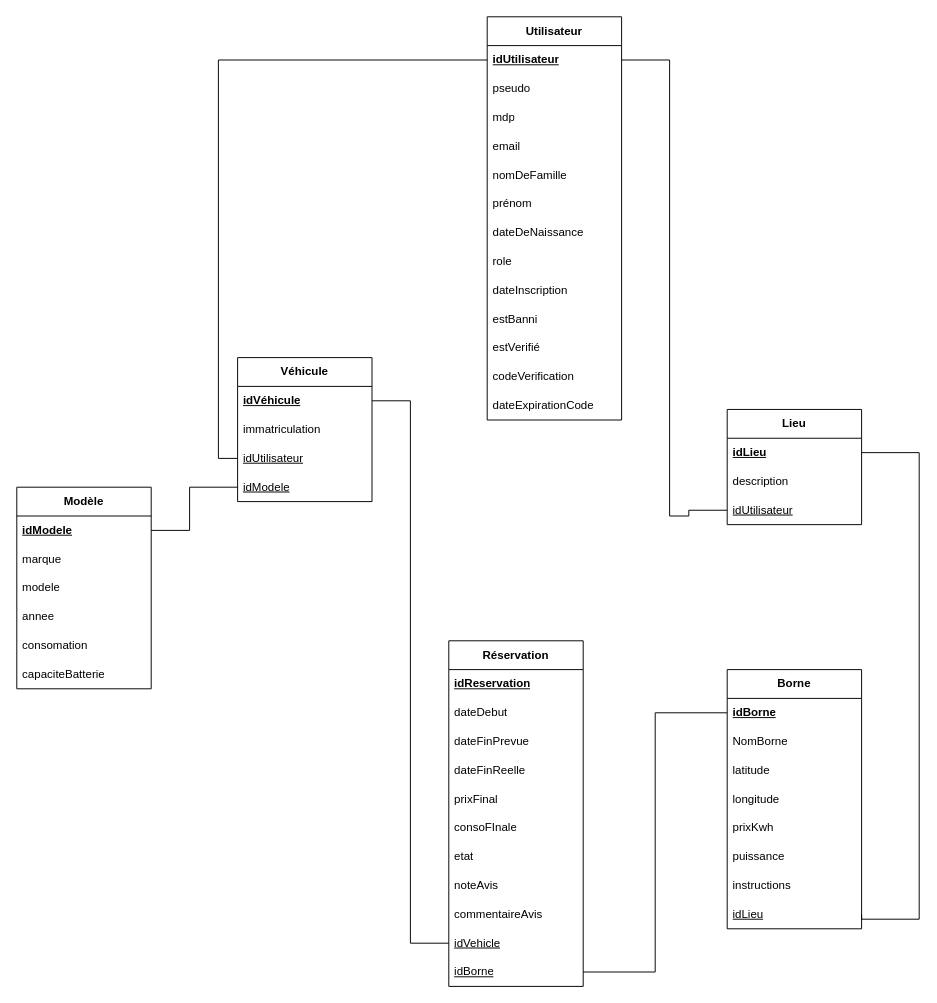
LaiPe/electricity-business-back keeps this draw.io diagram as page "mld" (2 of 3) of merise-electricity-business.drawio. Above is the earlier version. Source tidied: cells renumbered, new cells numbered last; positions are measured from the earlier drawing's top-left corner, leaving out a move shared by most shapes. Both pictures are drawn from the tidied source at 96%, with x=0, y=0 at pixel (16, 16).
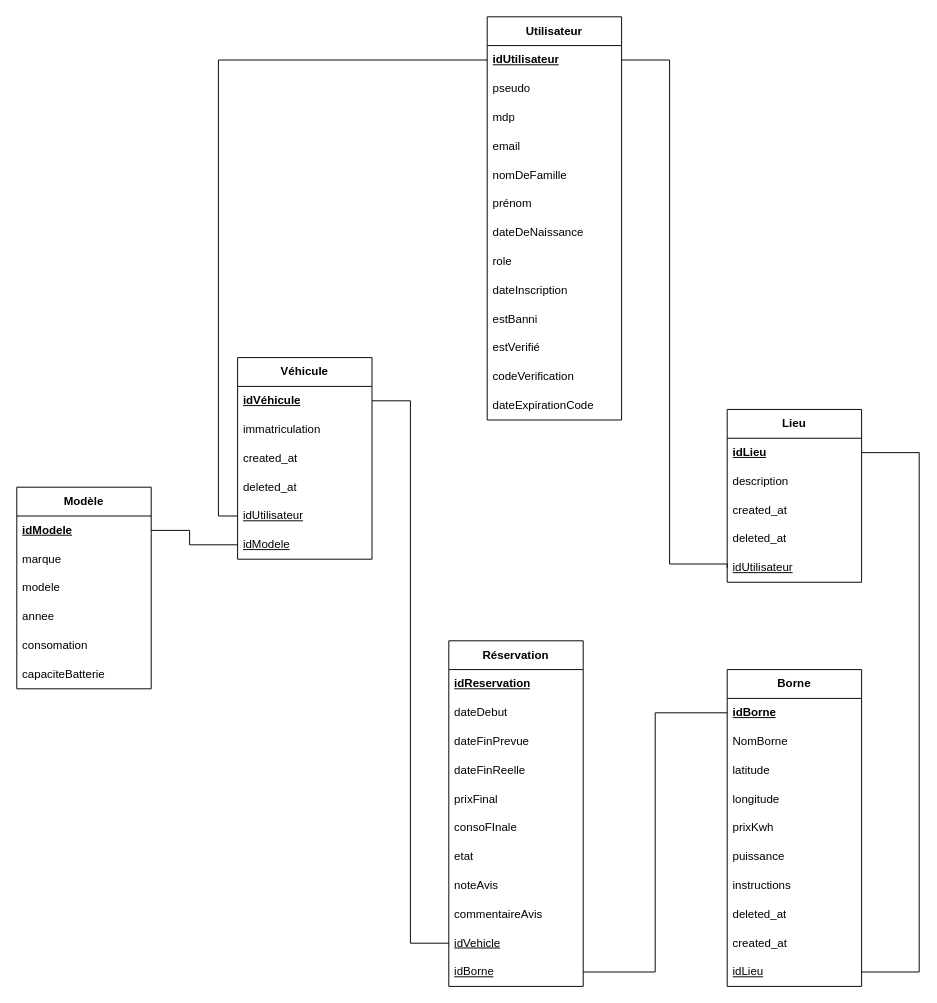
The same page after the edit.

The change refers to these unchanged cells:
```xml
<mxCell id="3" value="&lt;b&gt;&lt;u&gt;idUtilisateur&lt;/u&gt;&lt;/b&gt;" style="text;strokeColor=none;fillColor=none;align=left;verticalAlign=middle;spacingLeft=4;spacingRight=4;overflow=hidden;points=[[0,0.5],[1,0.5]];portConstraint=eastwest;whiteSpace=wrap;html=1;" parent="2" vertex="1">
  <mxGeometry y="30" width="140" height="30" as="geometry" />
</mxCell>
<mxCell id="26" value="&lt;b&gt;&lt;u&gt;idLieu&lt;/u&gt;&lt;/b&gt;" style="text;strokeColor=none;fillColor=none;align=left;verticalAlign=middle;spacingLeft=4;spacingRight=4;overflow=hidden;points=[[0,0.5],[1,0.5]];portConstraint=eastwest;whiteSpace=wrap;html=1;" parent="25" vertex="1">
  <mxGeometry y="30" width="140" height="30" as="geometry" />
</mxCell>
<mxCell id="37" value="&lt;div&gt;&lt;span style=&quot;background-color: transparent; color: light-dark(rgb(0, 0, 0), rgb(255, 255, 255));&quot;&gt;&lt;b&gt;&lt;u&gt;idModele&lt;/u&gt;&lt;/b&gt;&lt;/span&gt;&lt;/div&gt;" style="text;strokeColor=none;fillColor=none;align=left;verticalAlign=middle;spacingLeft=4;spacingRight=4;overflow=hidden;points=[[0,0.5],[1,0.5]];portConstraint=eastwest;whiteSpace=wrap;html=1;" parent="36" vertex="1">
  <mxGeometry y="30" width="140" height="30" as="geometry" />
</mxCell>
```

What changed in the source:
```diff
@@
     <mxCell id="16" value="&lt;b&gt;Borne&lt;/b&gt;" style="swimlane;fontStyle=0;horizontal=1;startSize=30;whiteSpace=wrap;html=1;" parent="1" vertex="1">
-      <mxGeometry x="740" y="680" width="140" height="270" as="geometry" />
+      <mxGeometry x="740" y="680" width="140" height="330" as="geometry" />
     </mxCell>
@@
+    <mxCell id="59" value="deleted_at" style="text;strokeColor=none;fillColor=none;align=left;verticalAlign=middle;spacingLeft=4;spacingRight=4;overflow=hidden;whiteSpace=wrap;html=1;" parent="16" vertex="1">
+      <mxGeometry y="240" width="140" height="30" as="geometry" />
+    </mxCell>
+    <mxCell id="60" value="created_at" style="text;strokeColor=none;fillColor=none;align=left;verticalAlign=middle;spacingLeft=4;spacingRight=4;overflow=hidden;whiteSpace=wrap;html=1;" parent="16" vertex="1">
+      <mxGeometry y="270" width="140" height="30" as="geometry" />
+    </mxCell>
     <mxCell id="24" value="&lt;u&gt;idLieu&lt;/u&gt;" style="text;strokeColor=none;fillColor=none;align=left;verticalAlign=middle;spacingLeft=4;spacingRight=4;overflow=hidden;points=[[0,0.5],[1,0.5]];portConstraint=eastwest;whiteSpace=wrap;html=1;" parent="16" vertex="1">
-      <mxGeometry y="240" width="140" height="30" as="geometry" />
+      <mxGeometry y="300" width="140" height="30" as="geometry" />
     </mxCell>
     <mxCell id="25" value="&lt;b&gt;Lieu&lt;/b&gt;" style="swimlane;fontStyle=0;horizontal=1;startSize=30;whiteSpace=wrap;html=1;" parent="1" vertex="1">
-      <mxGeometry x="740" y="409" width="140" height="120" as="geometry" />
+      <mxGeometry x="740" y="409" width="140" height="180" as="geometry" />
     </mxCell>
@@
+    <mxCell id="61" value="created_at" style="text;strokeColor=none;fillColor=none;align=left;verticalAlign=middle;spacingLeft=4;spacingRight=4;overflow=hidden;whiteSpace=wrap;html=1;" parent="25" vertex="1">
+      <mxGeometry y="90" width="140" height="30" as="geometry" />
+    </mxCell>
+    <mxCell id="62" value="deleted_at" style="text;strokeColor=none;fillColor=none;align=left;verticalAlign=middle;spacingLeft=4;spacingRight=4;overflow=hidden;whiteSpace=wrap;html=1;" parent="25" vertex="1">
+      <mxGeometry y="120" width="140" height="30" as="geometry" />
+    </mxCell>
     <mxCell id="28" value="&lt;u&gt;idUtilisateur&lt;/u&gt;" style="text;strokeColor=none;fillColor=none;align=left;verticalAlign=middle;spacingLeft=4;spacingRight=4;overflow=hidden;points=[[0,0.5],[1,0.5]];portConstraint=eastwest;whiteSpace=wrap;html=1;" parent="25" vertex="1">
-      <mxGeometry y="90" width="140" height="30" as="geometry" />
+      <mxGeometry y="150" width="140" height="30" as="geometry" />
     </mxCell>
     <mxCell id="29" value="&lt;b&gt;Véhicule&lt;/b&gt;" style="swimlane;fontStyle=0;horizontal=1;startSize=30;whiteSpace=wrap;html=1;rotation=0;absoluteArcSize=0;" parent="1" vertex="1">
-      <mxGeometry x="230" y="355" width="140" height="150" as="geometry" />
+      <mxGeometry x="230" y="355" width="140" height="210" as="geometry" />
     </mxCell>
@@
+    <mxCell id="63" value="created_at" style="text;strokeColor=none;fillColor=none;align=left;verticalAlign=middle;spacingLeft=4;spacingRight=4;overflow=hidden;whiteSpace=wrap;html=1;" parent="29" vertex="1">
+      <mxGeometry y="90" width="140" height="30" as="geometry" />
+    </mxCell>
+    <mxCell id="64" value="deleted_at" style="text;strokeColor=none;fillColor=none;align=left;verticalAlign=middle;spacingLeft=4;spacingRight=4;overflow=hidden;whiteSpace=wrap;html=1;" parent="29" vertex="1">
+      <mxGeometry y="120" width="140" height="30" as="geometry" />
+    </mxCell>
     <mxCell id="32" value="&lt;u&gt;idUtilisateur&lt;/u&gt;" style="text;strokeColor=none;fillColor=none;align=left;verticalAlign=middle;spacingLeft=4;spacingRight=4;overflow=hidden;points=[[0,0.5],[1,0.5]];portConstraint=eastwest;whiteSpace=wrap;html=1;" parent="29" vertex="1">
-      <mxGeometry y="90" width="140" height="30" as="geometry" />
+      <mxGeometry y="150" width="140" height="30" as="geometry" />
     </mxCell>
     <mxCell id="33" value="&lt;u&gt;idModele&lt;/u&gt;" style="text;strokeColor=none;fillColor=none;align=left;verticalAlign=middle;spacingLeft=4;spacingRight=4;overflow=hidden;points=[[0,0.5],[1,0.5]];portConstraint=eastwest;whiteSpace=wrap;html=1;" parent="29" vertex="1">
-      <mxGeometry y="120" width="140" height="30" as="geometry" />
+      <mxGeometry y="180" width="140" height="30" as="geometry" />
     </mxCell>
     <mxCell id="34" style="edgeStyle=orthogonalEdgeStyle;shape=connector;rounded=0;jettySize=auto;html=1;entryX=0;entryY=0.5;entryDx=0;entryDy=0;strokeColor=default;align=center;verticalAlign=middle;fontFamily=Helvetica;fontSize=11;fontColor=default;labelBackgroundColor=default;startFill=0;endArrow=none;exitX=1;exitY=0.5;exitDx=0;exitDy=0;" parent="1" edge="1" source="3" target="28">
       <mxGeometry relative="1" as="geometry">
         <Array as="points">
           <mxPoint x="680" y="45" />
-          <mxPoint x="680" y="520" />
-          <mxPoint x="700" y="520" />
-          <mxPoint x="700" y="514" />
+          <mxPoint x="680" y="570" />
+          <mxPoint x="740" y="570" />
         </Array>
       </mxGeometry>
     </mxCell>
     <mxCell id="35" style="edgeStyle=orthogonalEdgeStyle;rounded=0;jettySize=auto;html=1;endArrow=none;endFill=0;entryX=0;entryY=0.5;entryDx=0;entryDy=0;exitX=1;exitY=0.5;exitDx=0;exitDy=0;" parent="1" edge="1" source="37" target="33">
       <mxGeometry relative="1" as="geometry">
         <Array as="points">
           <mxPoint x="180" y="535" />
-          <mxPoint x="180" y="490" />
+          <mxPoint x="180" y="550" />
         </Array>
       </mxGeometry>
     </mxCell>
@@
     <mxCell id="55" style="edgeStyle=orthogonalEdgeStyle;rounded=0;jettySize=auto;html=1;exitX=1;exitY=0.5;exitDx=0;exitDy=0;endArrow=none;endFill=0;" parent="1" edge="1" source="24" target="26">
       <mxGeometry relative="1" as="geometry">
         <Array as="points">
-          <mxPoint x="880" y="940" />
-          <mxPoint x="940" y="940" />
+          <mxPoint x="940" y="995" />
           <mxPoint x="940" y="454" />
         </Array>
       </mxGeometry>
     </mxCell>
```
